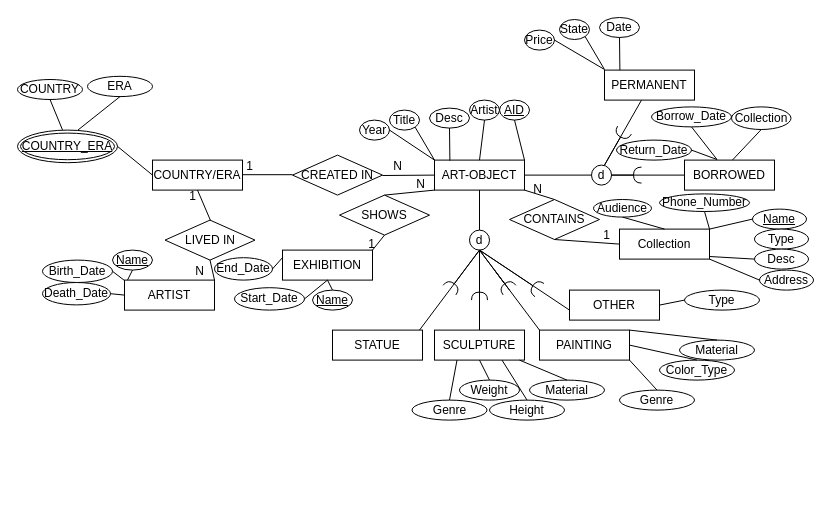
This is EER2.drawio from SoroushBeigi/Database_IUST, a draw.io file, before an edit. Source tidied: cells renumbered, new cells numbered last; positions are measured from the earlier drawing's top-left corner, leaving out a move shared by most shapes. Both pictures are drawn from the tidied source at 100%, with x=0, y=0 at pixel (17, 17).
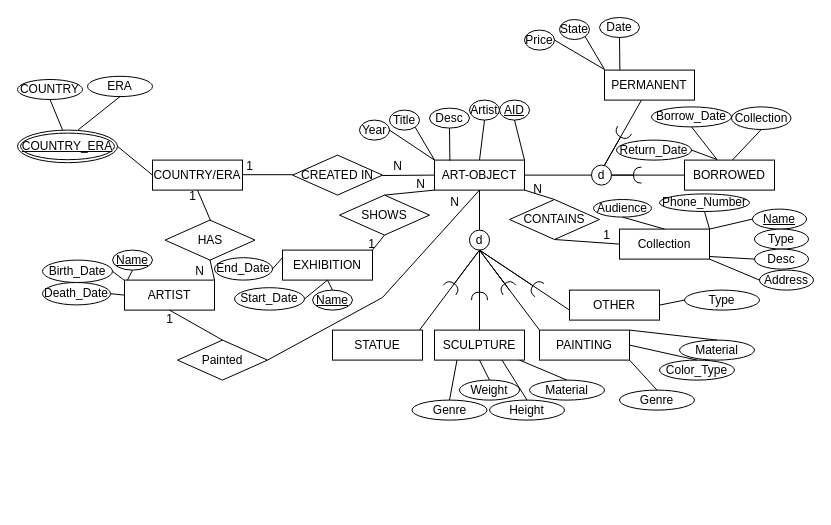
The same diagram, later.

Unchanged cells that the change refers to:
```xml
<mxCell id="2" value="ART-OBJECT" style="rounded=0;whiteSpace=wrap;html=1;" parent="1" vertex="1">
  <mxGeometry x="417" y="142.6" width="90" height="30" as="geometry" />
</mxCell>
<mxCell id="76" value="ARTIST" style="rounded=0;whiteSpace=wrap;html=1;" parent="1" vertex="1">
  <mxGeometry x="107" y="262.6" width="90" height="30" as="geometry" />
</mxCell>
```

Diff of the diagram source:
```diff
@@
-    <mxCell id="83" value="LIVED IN" style="rhombus;whiteSpace=wrap;html=1;" parent="1" vertex="1">
+    <mxCell id="83" value="HAS" style="rhombus;whiteSpace=wrap;html=1;" parent="1" vertex="1">
       <mxGeometry x="147.5" y="202.6" width="90" height="40" as="geometry" />
     </mxCell>
@@
+    <mxCell id="120" value="Painted" style="rhombus;whiteSpace=wrap;html=1;" parent="1" vertex="1">
+      <mxGeometry x="160" y="322.6" width="90" height="40" as="geometry" />
+    </mxCell>
+    <mxCell id="121" style="endArrow=none;html=1;rounded=0;entryX=0.5;entryY=1;entryDx=0;entryDy=0;exitX=0.5;exitY=0;exitDx=0;exitDy=0;" parent="1" edge="1" source="120" target="76">
+      <mxGeometry relative="1" as="geometry" />
+    </mxCell>
+    <mxCell id="122" value="1" style="text;html=1;align=center;verticalAlign=middle;strokeColor=none;fillColor=none;" parent="1" vertex="1">
+      <mxGeometry x="137" y="287.4" width="30" height="30" as="geometry" />
+    </mxCell>
+    <mxCell id="123" style="endArrow=none;html=1;rounded=0;entryX=1;entryY=0.5;entryDx=0;entryDy=0;exitX=0.5;exitY=1;exitDx=0;exitDy=0;" parent="1" edge="1" source="2" target="120">
+      <mxGeometry relative="1" as="geometry">
+        <Array as="points">
+          <mxPoint x="365" y="280" />
+        </Array>
+      </mxGeometry>
+    </mxCell>
+    <mxCell id="124" value="N" style="text;html=1;align=center;verticalAlign=middle;strokeColor=none;fillColor=none;" parent="1" vertex="1">
+      <mxGeometry x="422" y="170.2" width="30" height="30" as="geometry" />
+    </mxCell>
```
